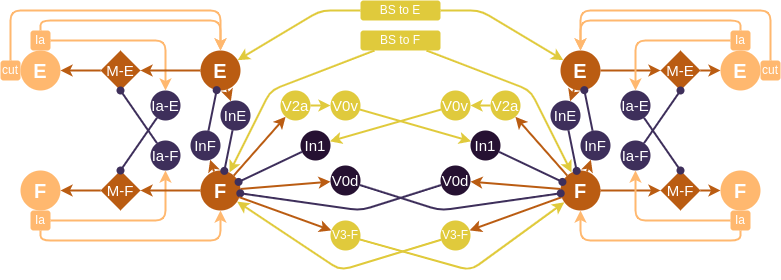
Before: bypass/CPG_feedback_loops.png, a diagram exported from draw.io (max-talanov/1). Source tidied: cells renumbered, new cells last; positions are measured from the earlier drawing's top-left corner, leaving out a move shared by most shapes.
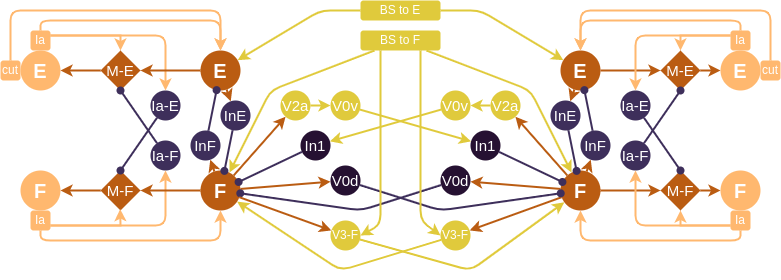
The same file after the commit.

Commit message:
added bsF->V3F and Ia2MNs projections

The edit, as a diff of the source:
```diff
@@ -177,10 +177,10 @@
     <mxCell id="54" value="Ia" style="rounded=1;whiteSpace=wrap;html=1;fillColor=#FFB86F;strokeColor=none;fontColor=#FFFFFF;" parent="1" vertex="1">
       <mxGeometry x="730" y="210" width="20" height="20" as="geometry" />
     </mxCell>
-    <mxCell id="55" style="jettySize=auto;html=1;strokeColor=#FFB86F;strokeWidth=2;rounded=1;" parent="1" edge="1" source="54" target="48">
+    <mxCell id="55" style="jettySize=auto;html=1;strokeColor=#FFB86F;strokeWidth=2;rounded=1;exitX=0;exitY=0.75;exitDx=0;exitDy=0;" parent="1" edge="1" source="54" target="48">
       <mxGeometry relative="1" as="geometry">
         <Array as="points">
-          <mxPoint x="635" y="220" />
+          <mxPoint x="635" y="225" />
         </Array>
       </mxGeometry>
     </mxCell>
@@ -190,10 +190,10 @@
     <mxCell id="57" value="Ia" style="rounded=1;whiteSpace=wrap;html=1;fillColor=#FFB86F;strokeColor=none;fontColor=#FFFFFF;" parent="1" vertex="1">
       <mxGeometry x="730" y="30" width="20" height="20" as="geometry" />
     </mxCell>
-    <mxCell id="58" style="jettySize=auto;html=1;strokeColor=#FFB86F;strokeWidth=2;rounded=1;" parent="1" edge="1" source="57" target="52">
+    <mxCell id="58" style="jettySize=auto;html=1;strokeColor=#FFB86F;strokeWidth=2;rounded=1;exitX=0;exitY=0.25;exitDx=0;exitDy=0;" parent="1" edge="1" source="57" target="52">
       <mxGeometry relative="1" as="geometry">
         <Array as="points">
-          <mxPoint x="635" y="40" />
+          <mxPoint x="635" y="35" />
         </Array>
       </mxGeometry>
     </mxCell>
@@ -288,10 +288,10 @@
     <mxCell id="78" value="Ia" style="rounded=1;whiteSpace=wrap;html=1;fillColor=#FFB86F;strokeColor=none;fontColor=#FFFFFF;" parent="1" vertex="1">
       <mxGeometry x="30" y="210" width="20" height="20" as="geometry" />
     </mxCell>
-    <mxCell id="79" style="jettySize=auto;html=1;strokeColor=#FFB86F;strokeWidth=2;rounded=1;" parent="1" edge="1" source="78" target="73">
+    <mxCell id="79" style="jettySize=auto;html=1;strokeColor=#FFB86F;strokeWidth=2;rounded=1;exitX=1;exitY=0.75;exitDx=0;exitDy=0;" parent="1" edge="1" source="78" target="73">
       <mxGeometry relative="1" as="geometry">
         <Array as="points">
-          <mxPoint x="165" y="220" />
+          <mxPoint x="165" y="225" />
         </Array>
       </mxGeometry>
     </mxCell>
@@ -301,10 +301,10 @@
     <mxCell id="81" value="Ia" style="rounded=1;whiteSpace=wrap;html=1;fillColor=#FFB86F;strokeColor=none;fontColor=#FFFFFF;" parent="1" vertex="1">
       <mxGeometry x="30" y="30" width="20" height="20" as="geometry" />
     </mxCell>
-    <mxCell id="82" style="jettySize=auto;html=1;strokeColor=#FFB86F;strokeWidth=2;rounded=1;" parent="1" edge="1" source="81" target="77">
+    <mxCell id="82" style="jettySize=auto;html=1;strokeColor=#FFB86F;strokeWidth=2;rounded=1;exitX=1;exitY=0.25;exitDx=0;exitDy=0;" parent="1" edge="1" source="81" target="77">
       <mxGeometry relative="1" as="geometry">
         <Array as="points">
-          <mxPoint x="165" y="40" />
+          <mxPoint x="165" y="35" />
         </Array>
       </mxGeometry>
     </mxCell>
@@ -344,5 +344,47 @@
     <mxCell id="89" style="rounded=0;jettySize=auto;html=1;strokeColor=#BA5C12;strokeWidth=2;" parent="1" edge="1" source="4" target="71">
       <mxGeometry relative="1" as="geometry" />
     </mxCell>
+    <mxCell id="90" style="rounded=1;jettySize=auto;html=1;strokeColor=#E0CA3C;strokeWidth=2;exitX=0.25;exitY=1;exitDx=0;exitDy=0;entryX=1;entryY=0.5;entryDx=0;entryDy=0;" parent="1" edge="1" source="65" target="22">
+      <mxGeometry relative="1" as="geometry">
+        <Array as="points">
+          <mxPoint x="380" y="224" />
+        </Array>
+      </mxGeometry>
+    </mxCell>
+    <mxCell id="91" style="rounded=1;jettySize=auto;html=1;strokeColor=#E0CA3C;strokeWidth=2;exitX=0.75;exitY=1;exitDx=0;exitDy=0;entryX=0;entryY=0.5;entryDx=0;entryDy=0;" parent="1" edge="1" source="65" target="23">
+      <mxGeometry relative="1" as="geometry">
+        <Array as="points">
+          <mxPoint x="420" y="220" />
+        </Array>
+      </mxGeometry>
+    </mxCell>
+    <mxCell id="92" style="jettySize=auto;html=1;strokeColor=#FFB86F;strokeWidth=2;rounded=0;exitX=1;exitY=0.75;exitDx=0;exitDy=0;entryX=0.492;entryY=0.966;entryDx=0;entryDy=0;entryPerimeter=0;" parent="1" edge="1" source="78" target="71">
+      <mxGeometry relative="1" as="geometry">
+        <Array as="points">
+          <mxPoint x="120" y="225" />
+        </Array>
+      </mxGeometry>
+    </mxCell>
+    <mxCell id="93" style="jettySize=auto;html=1;strokeColor=#FFB86F;strokeWidth=2;rounded=0;exitX=1;exitY=0.25;exitDx=0;exitDy=0;entryX=0.5;entryY=0;entryDx=0;entryDy=0;" parent="1" edge="1" source="81" target="75">
+      <mxGeometry relative="1" as="geometry">
+        <Array as="points">
+          <mxPoint x="120" y="35" />
+        </Array>
+      </mxGeometry>
+    </mxCell>
+    <mxCell id="94" style="jettySize=auto;html=1;strokeColor=#FFB86F;strokeWidth=2;rounded=0;exitX=0;exitY=0.25;exitDx=0;exitDy=0;entryX=0.5;entryY=0;entryDx=0;entryDy=0;" parent="1" edge="1" source="57" target="50">
+      <mxGeometry relative="1" as="geometry">
+        <Array as="points">
+          <mxPoint x="680" y="35" />
+        </Array>
+      </mxGeometry>
+    </mxCell>
+    <mxCell id="95" style="jettySize=auto;html=1;strokeColor=#FFB86F;strokeWidth=2;rounded=0;exitX=0;exitY=0.75;exitDx=0;exitDy=0;entryX=0.5;entryY=1;entryDx=0;entryDy=0;" parent="1" edge="1" source="54" target="45">
+      <mxGeometry relative="1" as="geometry">
+        <Array as="points">
+          <mxPoint x="680" y="225" />
+        </Array>
+      </mxGeometry>
+    </mxCell>
   </root>
 </mxGraphModel>
```
